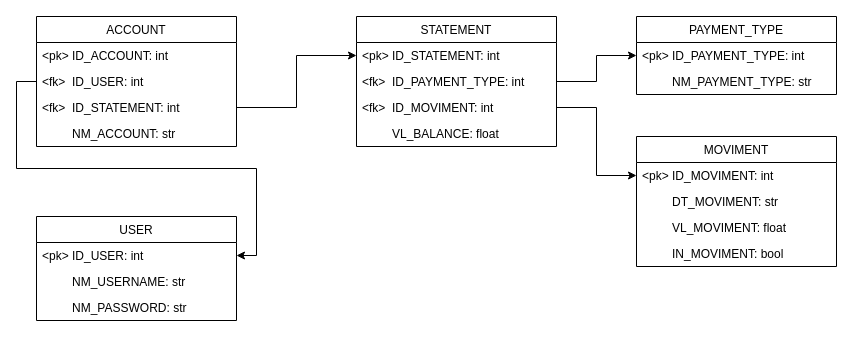
Above: backend/core/database/schema.drawio in senavs/ctrl-finances (draw.io), before the change. Source tidied: cells renumbered, new cells numbered last; positions are measured from the earlier drawing's top-left corner, leaving out a move shared by most shapes. Both pictures are drawn from the tidied source at 100%, with x=0, y=0 at pixel (36, 16).
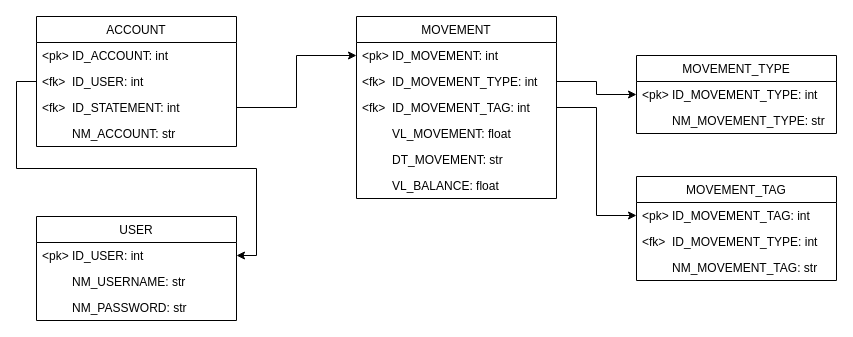
The same diagram, later.

The edit, as a diff of the source:
```diff
@@
-    <mxCell id="11" value="STATEMENT" style="swimlane;fontStyle=0;horizontal=1;startSize=26;fillColor=none;" parent="1" vertex="1">
-      <mxGeometry x="320" width="200" height="130" as="geometry" />
+    <mxCell id="11" value="MOVEMENT" style="swimlane;fontStyle=0;horizontal=1;startSize=26;fillColor=none;" parent="1" vertex="1">
+      <mxGeometry x="320" width="200" height="182" as="geometry" />
     </mxCell>
-    <mxCell id="12" value="&lt;pk&gt; ID_STATEMENT: int" style="text;strokeColor=none;fillColor=none;align=left;verticalAlign=top;spacingLeft=4;spacingRight=4;overflow=hidden;points=[[0,0.5],[1,0.5]];portConstraint=eastwest;" parent="11" vertex="1">
+    <mxCell id="12" value="&lt;pk&gt; ID_MOVEMENT: int" style="text;strokeColor=none;fillColor=none;align=left;verticalAlign=top;spacingLeft=4;spacingRight=4;overflow=hidden;points=[[0,0.5],[1,0.5]];portConstraint=eastwest;" parent="11" vertex="1">
       <mxGeometry y="26" width="200" height="26" as="geometry" />
     </mxCell>
-    <mxCell id="13" value="&lt;fk&gt;  ID_PAYMENT_TYPE: int" style="text;strokeColor=none;fillColor=none;align=left;verticalAlign=top;spacingLeft=4;spacingRight=4;overflow=hidden;points=[[0,0.5],[1,0.5]];portConstraint=eastwest;" parent="11" vertex="1">
+    <mxCell id="13" value="&lt;fk&gt;  ID_MOVEMENT_TYPE: int" style="text;strokeColor=none;fillColor=none;align=left;verticalAlign=top;spacingLeft=4;spacingRight=4;overflow=hidden;points=[[0,0.5],[1,0.5]];portConstraint=eastwest;" parent="11" vertex="1">
       <mxGeometry y="52" width="200" height="26" as="geometry" />
     </mxCell>
+    <mxCell id="28" value="&lt;fk&gt;  ID_MOVEMENT_TAG: int" style="text;strokeColor=none;fillColor=none;align=left;verticalAlign=top;spacingLeft=4;spacingRight=4;overflow=hidden;points=[[0,0.5],[1,0.5]];portConstraint=eastwest;" parent="11" vertex="1">
+      <mxGeometry y="78" width="200" height="26" as="geometry" />
+    </mxCell>
-    <mxCell id="14" value="&lt;fk&gt;  ID_MOVIMENT: int" style="text;strokeColor=none;fillColor=none;align=left;verticalAlign=top;spacingLeft=4;spacingRight=4;overflow=hidden;points=[[0,0.5],[1,0.5]];portConstraint=eastwest;" parent="11" vertex="1">
-      <mxGeometry y="78" width="200" height="26" as="geometry" />
+    <mxCell id="14" value="         VL_MOVEMENT: float" style="text;strokeColor=none;fillColor=none;align=left;verticalAlign=top;spacingLeft=4;spacingRight=4;overflow=hidden;points=[[0,0.5],[1,0.5]];portConstraint=eastwest;" parent="11" vertex="1">
+      <mxGeometry y="104" width="200" height="26" as="geometry" />
     </mxCell>
+    <mxCell id="29" value="         DT_MOVEMENT: str" style="text;strokeColor=none;fillColor=none;align=left;verticalAlign=top;spacingLeft=4;spacingRight=4;overflow=hidden;" parent="11" vertex="1">
+      <mxGeometry y="130" width="200" height="26" as="geometry" />
+    </mxCell>
     <mxCell id="15" value="         VL_BALANCE: float" style="text;strokeColor=none;fillColor=none;align=left;verticalAlign=top;spacingLeft=4;spacingRight=4;overflow=hidden;" parent="11" vertex="1">
-      <mxGeometry y="104" width="200" height="26" as="geometry" />
+      <mxGeometry y="156" width="200" height="26" as="geometry" />
     </mxCell>
@@
-    <mxCell id="18" value="PAYMENT_TYPE" style="swimlane;fontStyle=0;horizontal=1;startSize=26;fillColor=none;" parent="1" vertex="1">
-      <mxGeometry x="600" width="200" height="78" as="geometry" />
+    <mxCell id="18" value="MOVEMENT_TYPE" style="swimlane;fontStyle=0;horizontal=1;startSize=26;fillColor=none;" parent="1" vertex="1">
+      <mxGeometry x="600" y="39" width="200" height="78" as="geometry" />
     </mxCell>
-    <mxCell id="19" value="&lt;pk&gt; ID_PAYMENT_TYPE: int" style="text;strokeColor=none;fillColor=none;align=left;verticalAlign=top;spacingLeft=4;spacingRight=4;overflow=hidden;points=[[0,0.5],[1,0.5]];portConstraint=eastwest;" parent="18" vertex="1">
+    <mxCell id="19" value="&lt;pk&gt; ID_MOVEMENT_TYPE: int" style="text;strokeColor=none;fillColor=none;align=left;verticalAlign=top;spacingLeft=4;spacingRight=4;overflow=hidden;points=[[0,0.5],[1,0.5]];portConstraint=eastwest;" parent="18" vertex="1">
       <mxGeometry y="26" width="200" height="26" as="geometry" />
     </mxCell>
-    <mxCell id="20" value="         NM_PAYMENT_TYPE: str" style="text;strokeColor=none;fillColor=none;align=left;verticalAlign=top;spacingLeft=4;spacingRight=4;overflow=hidden;" parent="18" vertex="1">
+    <mxCell id="20" value="         NM_MOVEMENT_TYPE: str" style="text;strokeColor=none;fillColor=none;align=left;verticalAlign=top;spacingLeft=4;spacingRight=4;overflow=hidden;" parent="18" vertex="1">
       <mxGeometry y="52" width="200" height="26" as="geometry" />
     </mxCell>
@@
-    <mxCell id="22" value="MOVIMENT" style="swimlane;fontStyle=0;horizontal=1;startSize=26;fillColor=none;" parent="1" vertex="1">
-      <mxGeometry x="600" y="120" width="200" height="130" as="geometry" />
-    </mxCell>
-    <mxCell id="23" value="&lt;pk&gt; ID_MOVIMENT: int" style="text;strokeColor=none;fillColor=none;align=left;verticalAlign=top;spacingLeft=4;spacingRight=4;overflow=hidden;points=[[0,0.5],[1,0.5]];portConstraint=eastwest;" parent="22" vertex="1">
-      <mxGeometry y="26" width="200" height="26" as="geometry" />
-    </mxCell>
-    <mxCell id="24" value="         DT_MOVIMENT: str" style="text;strokeColor=none;fillColor=none;align=left;verticalAlign=top;spacingLeft=4;spacingRight=4;overflow=hidden;" parent="22" vertex="1">
-      <mxGeometry y="52" width="200" height="26" as="geometry" />
-    </mxCell>
-    <mxCell id="25" value="         VL_MOVIMENT: float" style="text;strokeColor=none;fillColor=none;align=left;verticalAlign=top;spacingLeft=4;spacingRight=4;overflow=hidden;" parent="22" vertex="1">
-      <mxGeometry y="78" width="200" height="26" as="geometry" />
-    </mxCell>
-    <mxCell id="26" value="         IN_MOVIMENT: bool" style="text;strokeColor=none;fillColor=none;align=left;verticalAlign=top;spacingLeft=4;spacingRight=4;overflow=hidden;" parent="22" vertex="1">
-      <mxGeometry y="104" width="200" height="26" as="geometry" />
-    </mxCell>
-    <mxCell id="27" style="edgeStyle=orthogonalEdgeStyle;rounded=0;jettySize=auto;html=1;exitX=1;exitY=0.5;exitDx=0;exitDy=0;entryX=0;entryY=0.5;entryDx=0;entryDy=0;" parent="1" edge="1" source="14" target="23">
-      <mxGeometry relative="1" as="geometry" />
-    </mxCell>
+    <mxCell id="30" value="MOVEMENT_TAG" style="swimlane;fontStyle=0;horizontal=1;startSize=26;fillColor=none;" parent="1" vertex="1">
+      <mxGeometry x="600" y="160" width="200" height="104" as="geometry" />
+    </mxCell>
+    <mxCell id="31" value="&lt;pk&gt; ID_MOVEMENT_TAG: int" style="text;strokeColor=none;fillColor=none;align=left;verticalAlign=top;spacingLeft=4;spacingRight=4;overflow=hidden;points=[[0,0.5],[1,0.5]];portConstraint=eastwest;" parent="30" vertex="1">
+      <mxGeometry y="26" width="200" height="26" as="geometry" />
+    </mxCell>
+    <mxCell id="32" value="&lt;fk&gt;  ID_MOVEMENT_TYPE: int" style="text;strokeColor=none;fillColor=none;align=left;verticalAlign=top;spacingLeft=4;spacingRight=4;overflow=hidden;" parent="30" vertex="1">
+      <mxGeometry y="52" width="200" height="26" as="geometry" />
+    </mxCell>
+    <mxCell id="33" value="         NM_MOVEMENT_TAG: str" style="text;strokeColor=none;fillColor=none;align=left;verticalAlign=top;spacingLeft=4;spacingRight=4;overflow=hidden;" parent="30" vertex="1">
+      <mxGeometry y="78" width="200" height="26" as="geometry" />
+    </mxCell>
+    <mxCell id="34" style="edgeStyle=orthogonalEdgeStyle;rounded=0;jettySize=auto;html=1;entryX=0;entryY=0.5;entryDx=0;entryDy=0;" parent="1" edge="1" source="28" target="31">
+      <mxGeometry relative="1" as="geometry" />
+    </mxCell>
```
